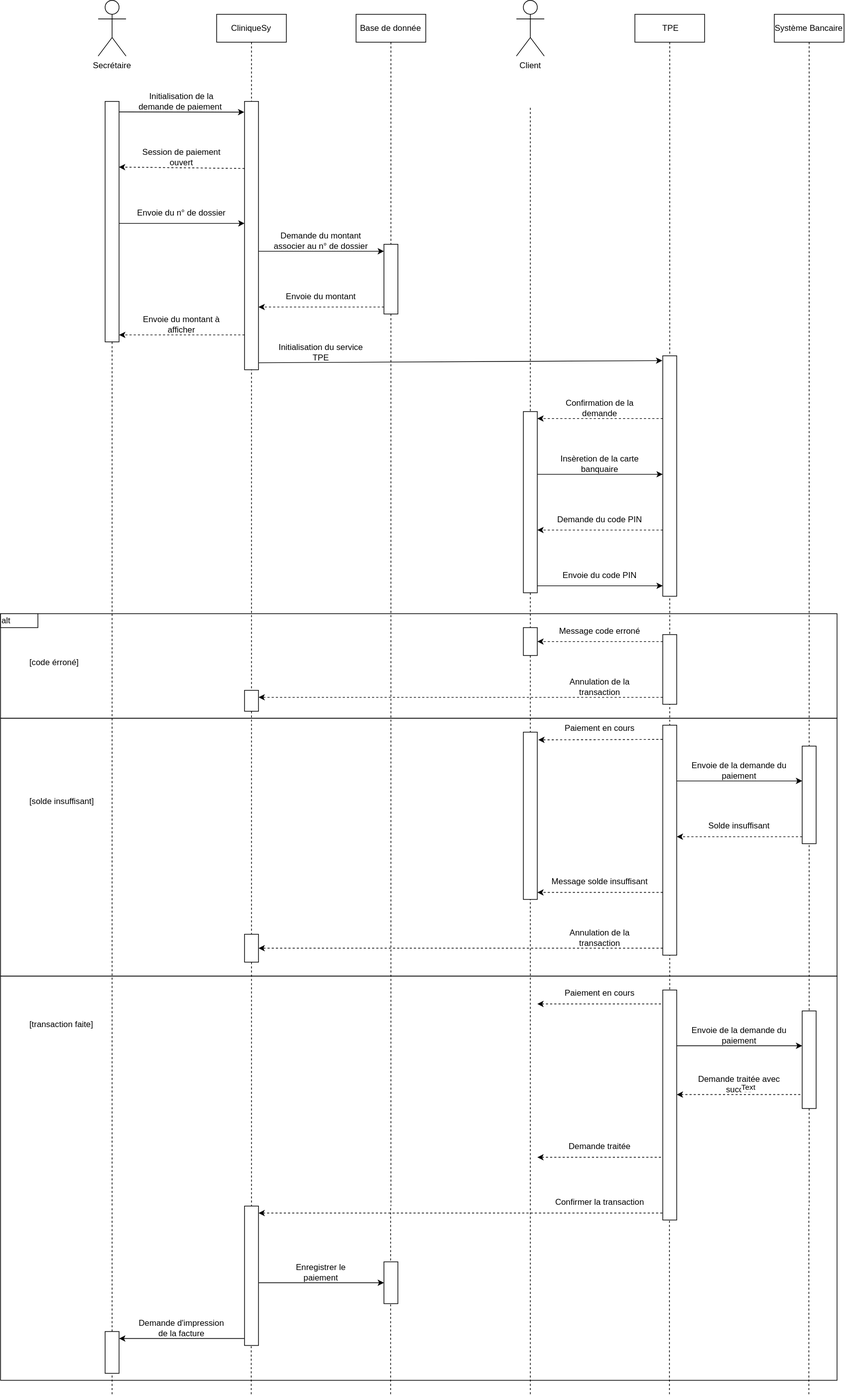
Earlier version of the draw.io export 6. UML/2. TP Exercice 3/sequence-diagram.svg (ElAjbariYoussef/3YP). Source tidied: cells renumbered, new cells last; positions are measured from the earlier drawing's top-left corner, leaving out a move shared by most shapes.
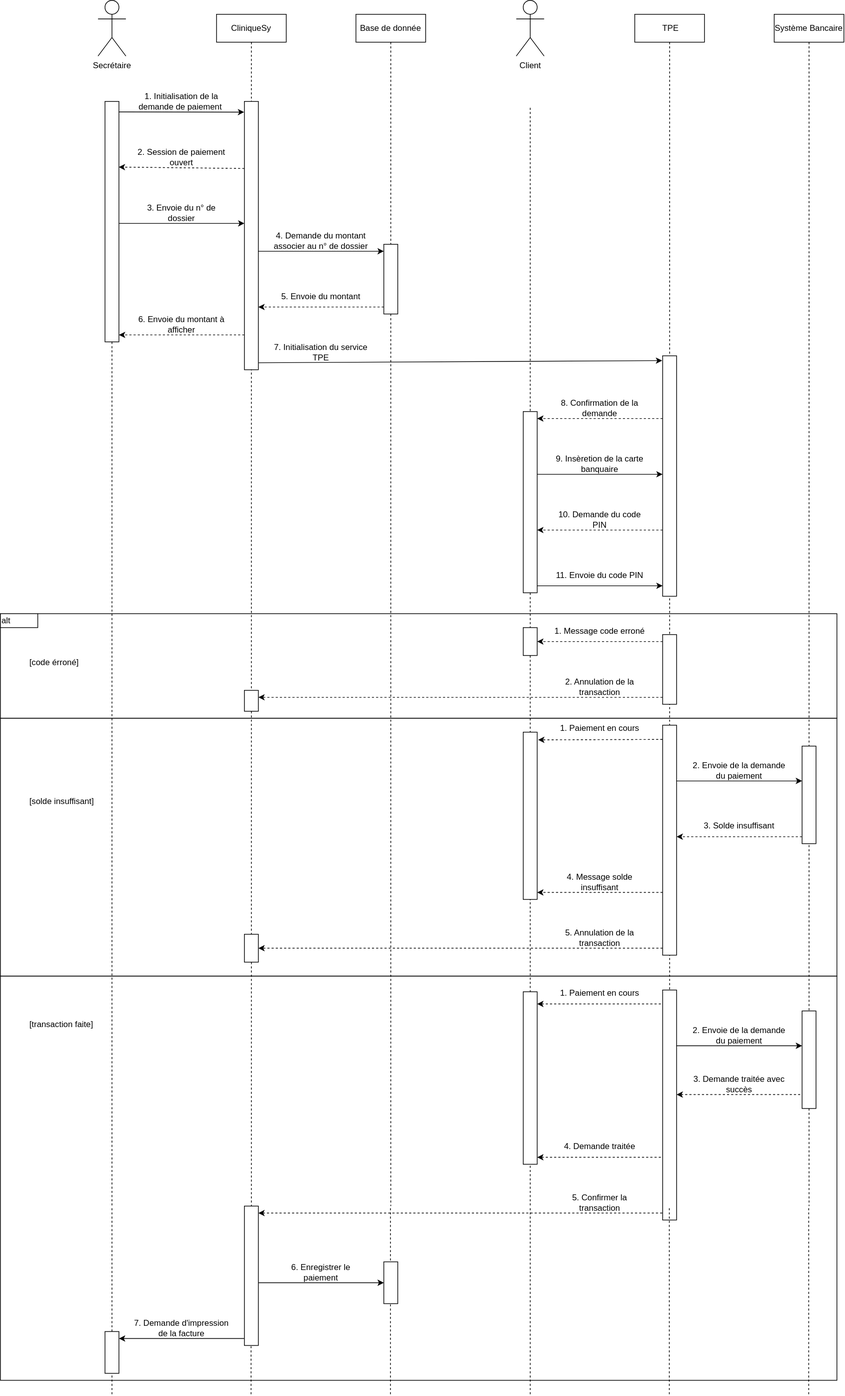
Later version of the same file.

Commit message:
fix(devweb): improved code

Diff of the diagram source:
```diff
@@ -4,41 +4,8 @@
     <mxCell id="1" parent="0" />
-    <mxCell id="2" value=" " style="endArrow=none;dashed=1;html=1;rounded=0;" parent="1" edge="1">
-      <mxGeometry relative="1" as="geometry">
-        <mxPoint x="160" y="2000" as="sourcePoint" />
-        <mxPoint x="160" y="1730" as="targetPoint" />
-      </mxGeometry>
-    </mxCell>
-    <mxCell id="3" value=" " style="endArrow=none;dashed=1;html=1;rounded=0;" parent="1" edge="1">
-      <mxGeometry relative="1" as="geometry">
-        <mxPoint x="359.6" y="2000" as="sourcePoint" />
-        <mxPoint x="359.6" y="1730" as="targetPoint" />
-      </mxGeometry>
-    </mxCell>
-    <mxCell id="4" value=" " style="endArrow=none;dashed=1;html=1;rounded=0;" parent="1" edge="1">
-      <mxGeometry relative="1" as="geometry">
-        <mxPoint x="559.6" y="2000" as="sourcePoint" />
-        <mxPoint x="559.6" y="1730" as="targetPoint" />
-      </mxGeometry>
-    </mxCell>
-    <mxCell id="5" value=" " style="endArrow=none;dashed=1;html=1;rounded=0;" parent="1" edge="1">
-      <mxGeometry relative="1" as="geometry">
-        <mxPoint x="760" y="2000" as="sourcePoint" />
-        <mxPoint x="760" y="1730" as="targetPoint" />
-      </mxGeometry>
-    </mxCell>
-    <mxCell id="6" value=" " style="endArrow=none;dashed=1;html=1;rounded=0;" parent="1" edge="1">
-      <mxGeometry relative="1" as="geometry">
-        <mxPoint x="959.6" y="2000" as="sourcePoint" />
-        <mxPoint x="959.6" y="1730" as="targetPoint" />
-      </mxGeometry>
-    </mxCell>
-    <mxCell id="7" value=" " style="endArrow=none;dashed=1;html=1;rounded=0;" parent="1" edge="1">
-      <mxGeometry relative="1" as="geometry">
-        <mxPoint x="1159.6" y="2000" as="sourcePoint" />
-        <mxPoint x="1159.6" y="1730" as="targetPoint" />
-      </mxGeometry>
-    </mxCell>
     <mxCell id="8" style="group;" parent="1" vertex="1">
-      <mxGeometry x="160" y="20" width="1050" height="1720" as="geometry" />
+      <mxGeometry x="160" y="20" width="1050" height="1960" as="geometry" />
     </mxCell>
+    <mxCell id="92" style="rounded=0;whiteSpace=wrap;html=1;fillColor=none;" parent="8" vertex="1">
+      <mxGeometry x="-160" y="1380" width="1200" height="580" as="geometry" />
+    </mxCell>
     <mxCell id="9" value="Base de donnée" style="shape=umlLifeline;perimeter=lifelinePerimeter;whiteSpace=wrap;html=1;newEdgeStyle={&quot;edgeStyle&quot;:&quot;sequenceEdgeStyle&quot;,&quot;libavoidRouting&quot;:0,&quot;curved&quot;:0,&quot;rounded&quot;:0};" parent="8" vertex="1">
@@ -76,6 +43,6 @@
     </mxCell>
-    <mxCell id="17" value="Paiement en cours" style="text;html=1;whiteSpace=wrap;strokeColor=none;fillColor=none;align=center;verticalAlign=middle;rounded=0;" parent="8" vertex="1">
+    <mxCell id="17" value="1. Paiement en cours" style="text;html=1;whiteSpace=wrap;strokeColor=none;fillColor=none;align=center;verticalAlign=middle;rounded=0;" parent="8" vertex="1">
       <mxGeometry x="640" y="1390" width="120" height="30" as="geometry" />
     </mxCell>
-    <mxCell id="18" value="Demande traitée" style="text;html=1;whiteSpace=wrap;strokeColor=none;fillColor=none;align=center;verticalAlign=middle;rounded=0;" parent="8" vertex="1">
+    <mxCell id="18" value="4. Demande traitée" style="text;html=1;whiteSpace=wrap;strokeColor=none;fillColor=none;align=center;verticalAlign=middle;rounded=0;" parent="8" vertex="1">
       <mxGeometry x="630" y="1610" width="140" height="30" as="geometry" />
@@ -88,9 +55,9 @@
     </mxCell>
-    <mxCell id="21" value="Envoie de la demande du paiement" style="text;html=1;whiteSpace=wrap;strokeColor=none;fillColor=none;align=center;verticalAlign=middle;rounded=0;" parent="8" vertex="1">
+    <mxCell id="21" value="2. Envoie de la demande du paiement" style="text;html=1;whiteSpace=wrap;strokeColor=none;fillColor=none;align=center;verticalAlign=middle;rounded=0;" parent="8" vertex="1">
       <mxGeometry x="830" y="1450" width="140" height="30" as="geometry" />
     </mxCell>
-    <mxCell id="22" value="Demande traitée avec succès" style="text;html=1;whiteSpace=wrap;strokeColor=none;fillColor=none;align=center;verticalAlign=middle;rounded=0;" parent="8" vertex="1">
+    <mxCell id="22" value="3. Demande traitée avec succès" style="text;html=1;whiteSpace=wrap;strokeColor=none;fillColor=none;align=center;verticalAlign=middle;rounded=0;" parent="8" vertex="1">
       <mxGeometry x="830" y="1520" width="140" height="30" as="geometry" />
     </mxCell>
-    <mxCell id="23" value="Confirmer la transaction" style="text;html=1;whiteSpace=wrap;strokeColor=none;fillColor=none;align=center;verticalAlign=middle;rounded=0;" parent="8" vertex="1">
+    <mxCell id="23" value="5. Confirmer la transaction" style="text;html=1;whiteSpace=wrap;strokeColor=none;fillColor=none;align=center;verticalAlign=middle;rounded=0;" parent="8" vertex="1">
       <mxGeometry x="630" y="1690" width="140" height="30" as="geometry" />
@@ -109,5 +76,2 @@
     </mxCell>
-    <mxCell id="26" value="Text" style="edgeLabel;html=1;align=center;verticalAlign=middle;" parent="25" vertex="1">
-      <mxGeometry x="0.13" y="11" relative="1" as="geometry" />
-    </mxCell>
     <mxCell id="27" style="edgeStyle=none;orthogonalLoop=1;jettySize=auto;html=1;rounded=0;dashed=1;startArrow=classic;startFill=1;endArrow=none;endFill=0;" parent="8" edge="1">
@@ -130,21 +94,75 @@
     </mxCell>
+    <mxCell id="93" style="whiteSpace=wrap;html=1;" parent="8" vertex="1">
+      <mxGeometry x="590" y="1402.5" width="20" height="247.5" as="geometry" />
+    </mxCell>
+    <mxCell id="91" style="rounded=0;whiteSpace=wrap;html=1;fillColor=none;" parent="1" vertex="1">
+      <mxGeometry y="1030" width="1200" height="370" as="geometry" />
+    </mxCell>
+    <mxCell id="77" value=" " style="group;" parent="1" vertex="1">
+      <mxGeometry y="880" width="1200" height="150" as="geometry" />
+    </mxCell>
+    <mxCell id="78" value=" " style="rounded=0;whiteSpace=wrap;html=1;fillColor=none;" parent="77" vertex="1">
+      <mxGeometry width="1200" height="150" as="geometry" />
+    </mxCell>
+    <mxCell id="79" value="alt" style="whiteSpace=wrap;html=1;align=left;" parent="77" vertex="1">
+      <mxGeometry width="53.6" height="20" as="geometry" />
+    </mxCell>
+    <mxCell id="80" value="[code érroné]" style="text;html=1;whiteSpace=wrap;strokeColor=none;fillColor=none;align=left;verticalAlign=middle;rounded=0;" parent="77" vertex="1">
+      <mxGeometry x="40" y="60" width="90" height="20" as="geometry" />
+    </mxCell>
+    <mxCell id="2" value=" " style="endArrow=none;dashed=1;html=1;rounded=0;" parent="1" edge="1">
+      <mxGeometry relative="1" as="geometry">
+        <mxPoint x="160" y="2000" as="sourcePoint" />
+        <mxPoint x="160" y="1730" as="targetPoint" />
+      </mxGeometry>
+    </mxCell>
+    <mxCell id="3" value=" " style="endArrow=none;dashed=1;html=1;rounded=0;" parent="1" edge="1">
+      <mxGeometry relative="1" as="geometry">
+        <mxPoint x="359.6" y="2000" as="sourcePoint" />
+        <mxPoint x="359.6" y="1730" as="targetPoint" />
+      </mxGeometry>
+    </mxCell>
+    <mxCell id="4" value=" " style="endArrow=none;dashed=1;html=1;rounded=0;" parent="1" edge="1">
+      <mxGeometry relative="1" as="geometry">
+        <mxPoint x="559.6" y="2000" as="sourcePoint" />
+        <mxPoint x="559.6" y="1730" as="targetPoint" />
+      </mxGeometry>
+    </mxCell>
+    <mxCell id="5" value=" " style="endArrow=none;dashed=1;html=1;rounded=0;" parent="1" edge="1">
+      <mxGeometry relative="1" as="geometry">
+        <mxPoint x="760" y="2000" as="sourcePoint" />
+        <mxPoint x="760" y="1730" as="targetPoint" />
+      </mxGeometry>
+    </mxCell>
+    <mxCell id="6" value=" " style="endArrow=none;dashed=1;html=1;rounded=0;" parent="1" edge="1">
+      <mxGeometry relative="1" as="geometry">
+        <mxPoint x="959.6" y="2000" as="sourcePoint" />
+        <mxPoint x="959.6" y="1730" as="targetPoint" />
+      </mxGeometry>
+    </mxCell>
+    <mxCell id="7" value=" " style="endArrow=none;dashed=1;html=1;rounded=0;" parent="1" edge="1">
+      <mxGeometry relative="1" as="geometry">
+        <mxPoint x="1159.6" y="2000" as="sourcePoint" />
+        <mxPoint x="1159.6" y="1730" as="targetPoint" />
+      </mxGeometry>
+    </mxCell>
-    <mxCell id="30" value="Initialisation de la demande de paiement&amp;nbsp;" style="text;html=1;whiteSpace=wrap;strokeColor=none;fillColor=none;align=center;verticalAlign=middle;rounded=0;" parent="1" vertex="1">
+    <mxCell id="30" value="1. Initialisation de la demande de paiement&amp;nbsp;" style="text;html=1;whiteSpace=wrap;strokeColor=none;fillColor=none;align=center;verticalAlign=middle;rounded=0;" parent="1" vertex="1">
       <mxGeometry x="190" y="130" width="140" height="30" as="geometry" />
     </mxCell>
-    <mxCell id="31" value="Session de paiement ouvert" style="text;html=1;whiteSpace=wrap;strokeColor=none;fillColor=none;align=center;verticalAlign=middle;rounded=0;" parent="1" vertex="1">
+    <mxCell id="31" value="2. Session de paiement ouvert" style="text;html=1;whiteSpace=wrap;strokeColor=none;fillColor=none;align=center;verticalAlign=middle;rounded=0;" parent="1" vertex="1">
       <mxGeometry x="190" y="210" width="140" height="30" as="geometry" />
     </mxCell>
-    <mxCell id="32" value="Envoie du n° de dossier" style="text;html=1;whiteSpace=wrap;strokeColor=none;fillColor=none;align=center;verticalAlign=middle;rounded=0;" parent="1" vertex="1">
+    <mxCell id="32" value="3. Envoie du n° de dossier" style="text;html=1;whiteSpace=wrap;strokeColor=none;fillColor=none;align=center;verticalAlign=middle;rounded=0;" parent="1" vertex="1">
       <mxGeometry x="190" y="290" width="140" height="30" as="geometry" />
     </mxCell>
-    <mxCell id="33" value="Demande du montant associer au n° de dossier" style="text;html=1;whiteSpace=wrap;strokeColor=none;fillColor=none;align=center;verticalAlign=middle;rounded=0;" parent="1" vertex="1">
+    <mxCell id="33" value="4. Demande du montant associer au n° de dossier" style="text;html=1;whiteSpace=wrap;strokeColor=none;fillColor=none;align=center;verticalAlign=middle;rounded=0;" parent="1" vertex="1">
       <mxGeometry x="390" y="330" width="140" height="30" as="geometry" />
     </mxCell>
-    <mxCell id="34" value="Envoie du montant" style="text;html=1;whiteSpace=wrap;strokeColor=none;fillColor=none;align=center;verticalAlign=middle;rounded=0;" parent="1" vertex="1">
+    <mxCell id="34" value="5. Envoie du montant" style="text;html=1;whiteSpace=wrap;strokeColor=none;fillColor=none;align=center;verticalAlign=middle;rounded=0;" parent="1" vertex="1">
       <mxGeometry x="390" y="410" width="140" height="30" as="geometry" />
     </mxCell>
-    <mxCell id="35" value="Envoie du montant à afficher" style="text;html=1;whiteSpace=wrap;strokeColor=none;fillColor=none;align=center;verticalAlign=middle;rounded=0;" parent="1" vertex="1">
+    <mxCell id="35" value="6. Envoie du montant à afficher" style="text;html=1;whiteSpace=wrap;strokeColor=none;fillColor=none;align=center;verticalAlign=middle;rounded=0;" parent="1" vertex="1">
       <mxGeometry x="190" y="450" width="140" height="30" as="geometry" />
     </mxCell>
-    <mxCell id="36" value="Initialisation du service TPE" style="text;html=1;whiteSpace=wrap;strokeColor=none;fillColor=none;align=center;verticalAlign=middle;rounded=0;" parent="1" vertex="1">
+    <mxCell id="36" value="7. Initialisation du service TPE" style="text;html=1;whiteSpace=wrap;strokeColor=none;fillColor=none;align=center;verticalAlign=middle;rounded=0;" parent="1" vertex="1">
       <mxGeometry x="390" y="490" width="140" height="30" as="geometry" />
@@ -204,3 +222,3 @@
     </mxCell>
-    <mxCell id="49" value="Confirmation de la demande" style="text;html=1;whiteSpace=wrap;strokeColor=none;fillColor=none;align=center;verticalAlign=middle;rounded=0;" parent="1" vertex="1">
+    <mxCell id="49" value="8. Confirmation de la demande" style="text;html=1;whiteSpace=wrap;strokeColor=none;fillColor=none;align=center;verticalAlign=middle;rounded=0;" parent="1" vertex="1">
       <mxGeometry x="790" y="570" width="140" height="30" as="geometry" />
@@ -213,3 +231,3 @@
     </mxCell>
-    <mxCell id="51" value="Insèretion de la carte banquaire" style="text;html=1;whiteSpace=wrap;strokeColor=none;fillColor=none;align=center;verticalAlign=middle;rounded=0;" parent="1" vertex="1">
+    <mxCell id="51" value="9. Insèretion de la carte banquaire" style="text;html=1;whiteSpace=wrap;strokeColor=none;fillColor=none;align=center;verticalAlign=middle;rounded=0;" parent="1" vertex="1">
       <mxGeometry x="790" y="650" width="140" height="30" as="geometry" />
@@ -222,3 +240,3 @@
     </mxCell>
-    <mxCell id="53" value="Demande du code PIN" style="text;html=1;whiteSpace=wrap;strokeColor=none;fillColor=none;align=center;verticalAlign=middle;rounded=0;" parent="1" vertex="1">
+    <mxCell id="53" value="10. Demande du code PIN" style="text;html=1;whiteSpace=wrap;strokeColor=none;fillColor=none;align=center;verticalAlign=middle;rounded=0;" parent="1" vertex="1">
       <mxGeometry x="790" y="730" width="140" height="30" as="geometry" />
@@ -231,3 +249,3 @@
     </mxCell>
-    <mxCell id="55" value="Envoie du code PIN" style="text;html=1;whiteSpace=wrap;strokeColor=none;fillColor=none;align=center;verticalAlign=middle;rounded=0;" parent="1" vertex="1">
+    <mxCell id="55" value="11. Envoie du code PIN" style="text;html=1;whiteSpace=wrap;strokeColor=none;fillColor=none;align=center;verticalAlign=middle;rounded=0;" parent="1" vertex="1">
       <mxGeometry x="790" y="810" width="140" height="30" as="geometry" />
@@ -240,6 +258,6 @@
     </mxCell>
-    <mxCell id="57" value="Message code erroné" style="text;html=1;whiteSpace=wrap;strokeColor=none;fillColor=none;align=center;verticalAlign=middle;rounded=0;" parent="1" vertex="1">
+    <mxCell id="57" value="1. Message code erroné" style="text;html=1;whiteSpace=wrap;strokeColor=none;fillColor=none;align=center;verticalAlign=middle;rounded=0;" parent="1" vertex="1">
       <mxGeometry x="785" y="890" width="150" height="30" as="geometry" />
     </mxCell>
-    <mxCell id="58" value="Annulation de la transaction" style="text;html=1;whiteSpace=wrap;strokeColor=none;fillColor=none;align=center;verticalAlign=middle;rounded=0;" parent="1" vertex="1">
+    <mxCell id="58" value="2. Annulation de la transaction" style="text;html=1;whiteSpace=wrap;strokeColor=none;fillColor=none;align=center;verticalAlign=middle;rounded=0;" parent="1" vertex="1">
       <mxGeometry x="800" y="970" width="120" height="30" as="geometry" />
@@ -267,6 +285,6 @@
     </mxCell>
-    <mxCell id="65" value="Paiement en cours" style="text;html=1;whiteSpace=wrap;strokeColor=none;fillColor=none;align=center;verticalAlign=middle;rounded=0;" parent="1" vertex="1">
+    <mxCell id="65" value="1. Paiement en cours" style="text;html=1;whiteSpace=wrap;strokeColor=none;fillColor=none;align=center;verticalAlign=middle;rounded=0;" parent="1" vertex="1">
       <mxGeometry x="800" y="1030" width="120" height="30" as="geometry" />
     </mxCell>
-    <mxCell id="66" value="Message solde insuffisant" style="text;html=1;whiteSpace=wrap;strokeColor=none;fillColor=none;align=center;verticalAlign=middle;rounded=0;" parent="1" vertex="1">
+    <mxCell id="66" value="4. Message solde insuffisant" style="text;html=1;whiteSpace=wrap;strokeColor=none;fillColor=none;align=center;verticalAlign=middle;rounded=0;" parent="1" vertex="1">
       <mxGeometry x="790" y="1250" width="140" height="30" as="geometry" />
@@ -282,6 +300,6 @@
     </mxCell>
-    <mxCell id="70" value="Envoie de la demande du paiement" style="text;html=1;whiteSpace=wrap;strokeColor=none;fillColor=none;align=center;verticalAlign=middle;rounded=0;" parent="1" vertex="1">
+    <mxCell id="70" value="2. Envoie de la demande du paiement" style="text;html=1;whiteSpace=wrap;strokeColor=none;fillColor=none;align=center;verticalAlign=middle;rounded=0;" parent="1" vertex="1">
       <mxGeometry x="990" y="1090" width="140" height="30" as="geometry" />
     </mxCell>
-    <mxCell id="71" value="Solde insuffisant" style="text;html=1;whiteSpace=wrap;strokeColor=none;fillColor=none;align=center;verticalAlign=middle;rounded=0;" parent="1" vertex="1">
+    <mxCell id="71" value="3. Solde insuffisant" style="text;html=1;whiteSpace=wrap;strokeColor=none;fillColor=none;align=center;verticalAlign=middle;rounded=0;" parent="1" vertex="1">
       <mxGeometry x="990" y="1170" width="140" height="30" as="geometry" />
@@ -306,3 +324,3 @@
     </mxCell>
-    <mxCell id="75" value="Annulation de la transaction" style="text;html=1;whiteSpace=wrap;strokeColor=none;fillColor=none;align=center;verticalAlign=middle;rounded=0;" parent="1" vertex="1">
+    <mxCell id="75" value="5. Annulation de la transaction" style="text;html=1;whiteSpace=wrap;strokeColor=none;fillColor=none;align=center;verticalAlign=middle;rounded=0;" parent="1" vertex="1">
       <mxGeometry x="790" y="1330" width="140" height="30" as="geometry" />
@@ -312,14 +330,2 @@
     </mxCell>
-    <mxCell id="77" value=" " style="group;" parent="1" vertex="1">
-      <mxGeometry y="880" width="1200" height="150" as="geometry" />
-    </mxCell>
-    <mxCell id="78" value=" " style="rounded=0;whiteSpace=wrap;html=1;fillColor=none;" parent="77" vertex="1">
-      <mxGeometry width="1200" height="150" as="geometry" />
-    </mxCell>
-    <mxCell id="79" value="alt" style="whiteSpace=wrap;html=1;align=left;" parent="77" vertex="1">
-      <mxGeometry width="53.6" height="20" as="geometry" />
-    </mxCell>
-    <mxCell id="80" value="[code érroné]" style="text;html=1;whiteSpace=wrap;strokeColor=none;fillColor=none;align=left;verticalAlign=middle;rounded=0;" parent="77" vertex="1">
-      <mxGeometry x="40" y="60" width="90" height="20" as="geometry" />
-    </mxCell>
     <mxCell id="81" value="[solde insuffisant]" style="text;html=1;whiteSpace=wrap;strokeColor=none;fillColor=none;align=left;verticalAlign=middle;rounded=0;" parent="1" vertex="1">
@@ -341,3 +347,3 @@
     </mxCell>
-    <mxCell id="86" value="Enregistrer le paiement" style="text;html=1;whiteSpace=wrap;strokeColor=none;fillColor=none;align=center;verticalAlign=middle;rounded=0;" parent="1" vertex="1">
+    <mxCell id="86" value="6. Enregistrer le paiement" style="text;html=1;whiteSpace=wrap;strokeColor=none;fillColor=none;align=center;verticalAlign=middle;rounded=0;" parent="1" vertex="1">
       <mxGeometry x="400" y="1810" width="120" height="30" as="geometry" />
@@ -347,3 +353,3 @@
     </mxCell>
-    <mxCell id="88" value="Demande d'impression de la facture" style="text;html=1;whiteSpace=wrap;strokeColor=none;fillColor=none;align=center;verticalAlign=middle;rounded=0;" parent="1" vertex="1">
+    <mxCell id="88" value="7. Demande d'impression de la facture" style="text;html=1;whiteSpace=wrap;strokeColor=none;fillColor=none;align=center;verticalAlign=middle;rounded=0;" parent="1" vertex="1">
       <mxGeometry x="190" y="1890" width="140" height="30" as="geometry" />
@@ -358,8 +364,2 @@
     </mxCell>
-    <mxCell id="91" style="rounded=0;whiteSpace=wrap;html=1;fillColor=none;" parent="1" vertex="1">
-      <mxGeometry y="1030" width="1200" height="370" as="geometry" />
-    </mxCell>
-    <mxCell id="92" style="rounded=0;whiteSpace=wrap;html=1;fillColor=none;" parent="1" vertex="1">
-      <mxGeometry y="1400" width="1200" height="580" as="geometry" />
-    </mxCell>
   </root>
```
